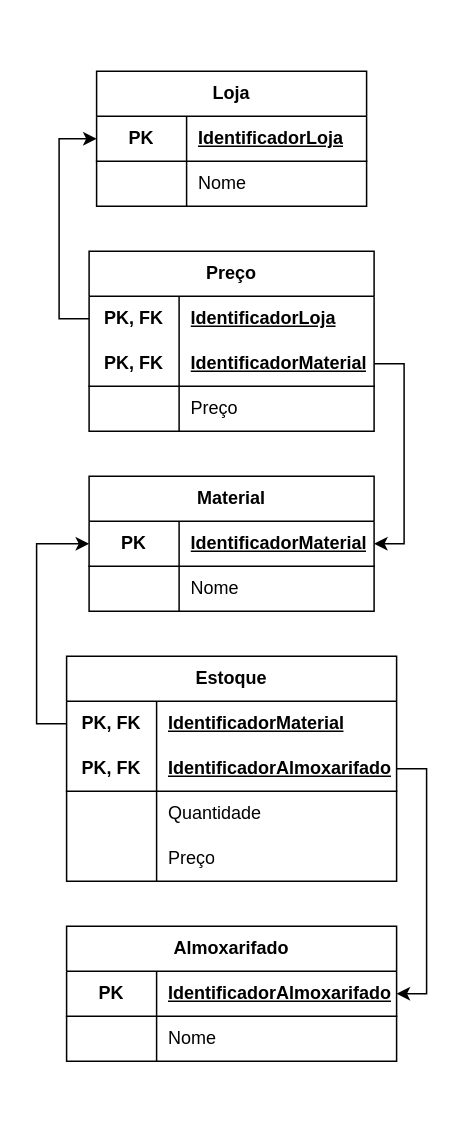
Above: page "Modelo relacional" (3 of 3) of modelagem/Arquitetura do banco.drawio in MatheusHenrickSantos/SIGMA-UnB (draw.io), before the change. Source tidied: cells renumbered, new cells numbered last; positions are measured from the earlier drawing's top-left corner, leaving out a move shared by most shapes. Both pictures are drawn from the tidied source at 150%, with x=0, y=0 at pixel (66, 70).
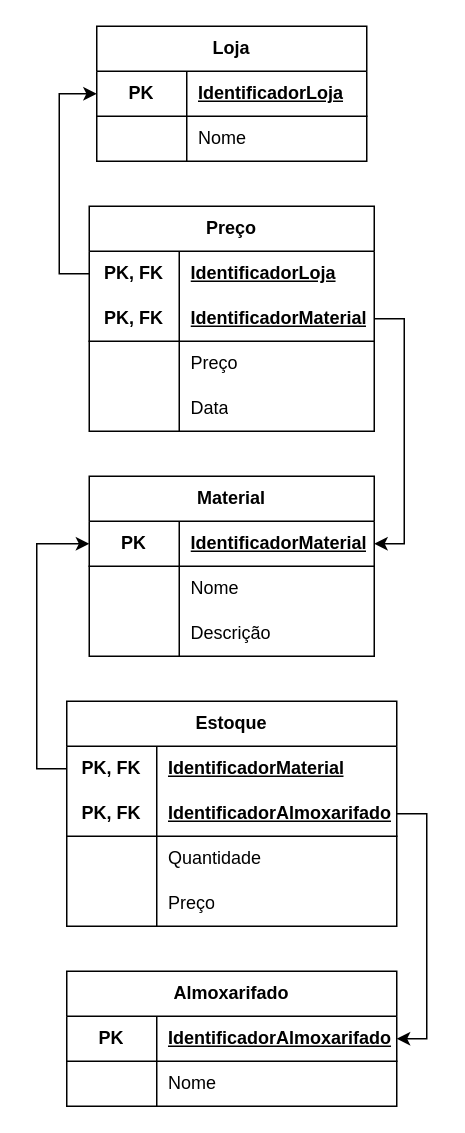
The same diagram, later.

Change to the diagram source:
```diff
@@
     <mxCell id="2" value="Loja" style="shape=table;startSize=30;childLayout=tableLayout;rowLines=0;fontStyle=1;align=center;html=1;whiteSpace=wrap;" parent="1" vertex="1">
-      <mxGeometry x="19.9" width="180" height="90" as="geometry" />
+      <mxGeometry x="20" y="-30" width="180" height="90" as="geometry" />
     </mxCell>
@@
     <mxCell id="9" value="Preço" style="shape=table;startSize=30;childLayout=tableLayout;rowLines=0;fontStyle=1;align=center;html=1;whiteSpace=wrap;" parent="1" vertex="1">
-      <mxGeometry x="14.9" y="120" width="190" height="120" as="geometry" />
+      <mxGeometry x="15" y="90" width="190" height="150" as="geometry" />
     </mxCell>
@@
+    <mxCell id="50" style="shape=tableRow;horizontal=0;startSize=0;swimlaneHead=0;swimlaneBody=0;fillColor=none;top=0;left=0;right=0;bottom=0;html=1;" parent="9" vertex="1">
+      <mxGeometry y="120" width="190" height="30" as="geometry" />
+    </mxCell>
+    <mxCell id="51" style="shape=partialRectangle;fillColor=none;top=0;left=0;bottom=0;right=0;overflow=hidden;html=1;whiteSpace=wrap;" parent="50" vertex="1">
+      <mxGeometry width="60" height="30" as="geometry" />
+    </mxCell>
+    <mxCell id="52" value="Data" style="shape=partialRectangle;fillColor=none;top=0;left=0;bottom=0;right=0;align=left;spacingLeft=6;overflow=hidden;html=1;whiteSpace=wrap;" parent="50" vertex="1">
+      <mxGeometry x="60" width="130" height="30" as="geometry" />
+    </mxCell>
     <mxCell id="19" value="Material" style="shape=table;startSize=30;childLayout=tableLayout;rowLines=0;fontStyle=1;align=center;html=1;whiteSpace=wrap;" parent="1" vertex="1">
-      <mxGeometry x="14.9" y="270" width="190" height="90" as="geometry" />
+      <mxGeometry x="15" y="270" width="190" height="120" as="geometry" />
     </mxCell>
@@
+    <mxCell id="53" style="shape=tableRow;horizontal=0;startSize=0;swimlaneHead=0;swimlaneBody=0;fillColor=none;top=0;left=0;right=0;bottom=0;html=1;" parent="19" vertex="1">
+      <mxGeometry y="90" width="190" height="30" as="geometry" />
+    </mxCell>
+    <mxCell id="54" style="shape=partialRectangle;fillColor=none;top=0;left=0;bottom=0;right=0;overflow=hidden;html=1;whiteSpace=wrap;" parent="53" vertex="1">
+      <mxGeometry width="60" height="30" as="geometry" />
+    </mxCell>
+    <mxCell id="55" value="Descrição" style="shape=partialRectangle;fillColor=none;top=0;left=0;bottom=0;right=0;align=left;spacingLeft=6;overflow=hidden;html=1;whiteSpace=wrap;" parent="53" vertex="1">
+      <mxGeometry x="60" width="130" height="30" as="geometry" />
+    </mxCell>
     <mxCell id="26" value="Estoque" style="shape=table;startSize=30;childLayout=tableLayout;rowLines=0;fontStyle=1;align=center;html=1;whiteSpace=wrap;" parent="1" vertex="1">
-      <mxGeometry x="-0.1" y="390" width="220" height="150" as="geometry" />
+      <mxGeometry y="420" width="220" height="150" as="geometry" />
     </mxCell>
@@
     <mxCell id="39" value="Almoxarifado" style="shape=table;startSize=30;childLayout=tableLayout;rowLines=0;fontStyle=1;align=center;html=1;whiteSpace=wrap;" parent="1" vertex="1">
-      <mxGeometry x="-0.1" y="570" width="220" height="90" as="geometry" />
+      <mxGeometry y="600" width="220" height="90" as="geometry" />
     </mxCell>
```
